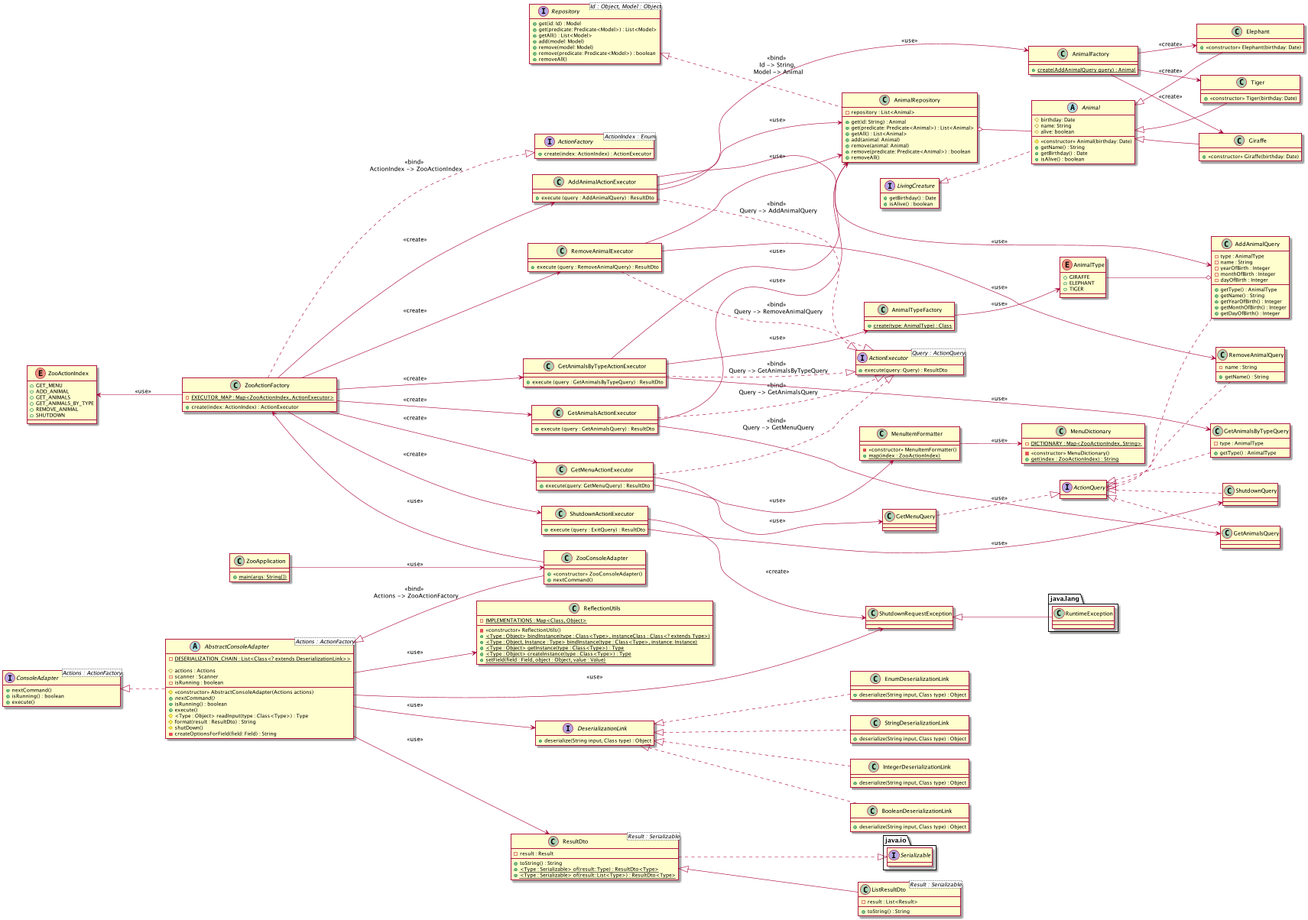
Above: documentation/class_structure.png in SudoSudoku/zoo (PlantUML), before the change.
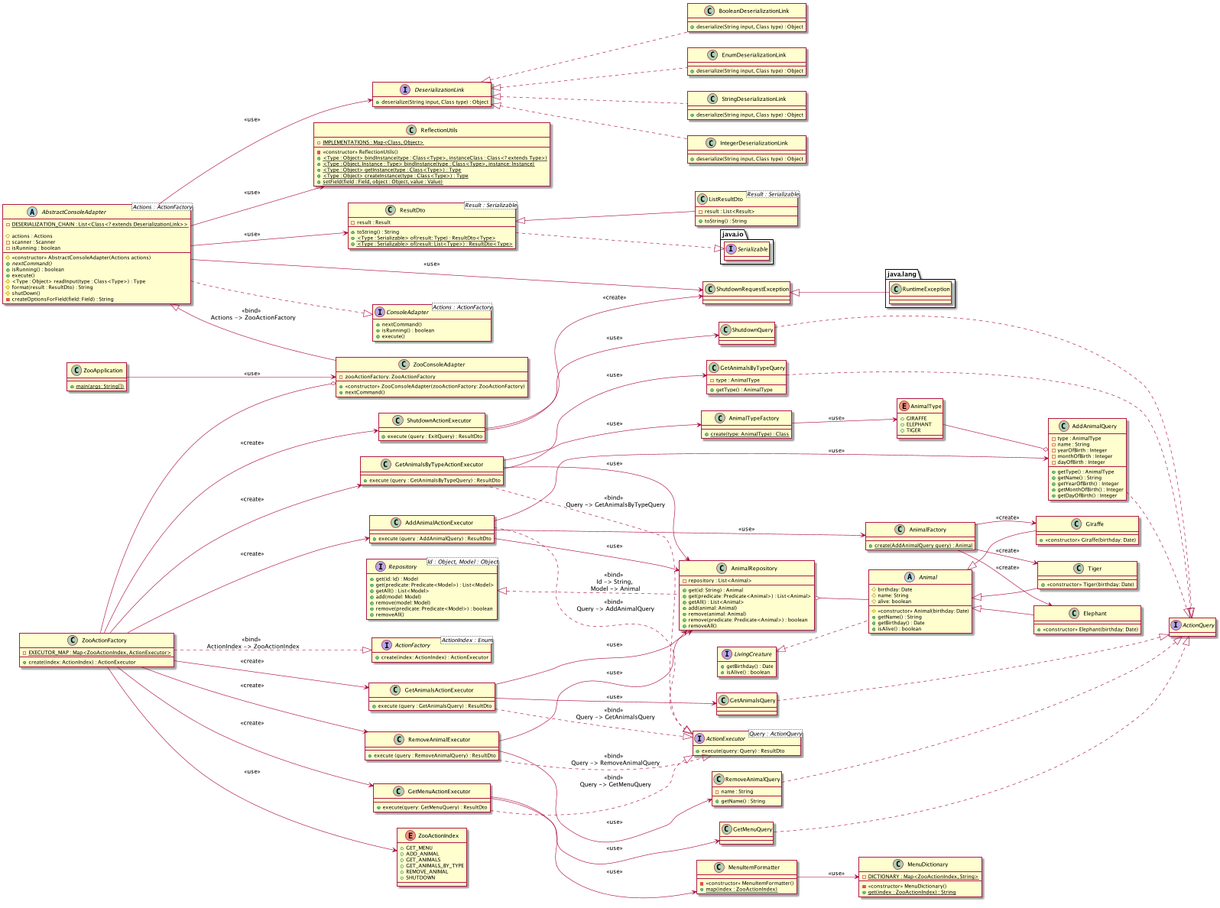
Above is the later version.

The edit, as a diff of the source:
```diff
@@ -6,7 +6,8 @@
 }
 
 class ZooConsoleAdapter {
-    + <<constructor>> ZooConsoleAdapter()
+    -zooActionFactory: ZooActionFactory
+    + <<constructor>> ZooConsoleAdapter(zooActionFactory: ZooActionFactory)
     + nextCommand()
 }
 
@@ -33,7 +34,7 @@
     -createOptionsForField(field: Field) : String
 }
 
-ConsoleAdapter <|.. AbstractConsoleAdapter
+AbstractConsoleAdapter ..|> ConsoleAdapter
 
 class  ReflectionUtils {
     -{static} IMPLEMENTATIONS : Map<Class, Object>
@@ -91,7 +92,7 @@
 }
 
 ZooActionFactory ..|> ActionFactory : <<bind>> \n ActionIndex -> ZooActionIndex
-ZooActionFactory <-- ZooConsoleAdapter : <<use>>
+ZooActionFactory --o ZooConsoleAdapter
 
 enum ZooActionIndex {
     +GET_MENU
@@ -102,7 +103,7 @@
     +SHUTDOWN
 }
 
-ZooActionIndex <-- ZooActionFactory : <<use>>
+ZooActionFactory --> ZooActionIndex : <<use>>
 
 class ResultDto<Result : Serializable> {
     -result : Result
@@ -167,7 +168,7 @@
     +getDayOfBirth() : Integer
 }
 
-ActionQuery <|..  AddAnimalQuery
+AddAnimalQuery ..|> ActionQuery
 
 enum AnimalType {
     +GIRAFFE
@@ -200,39 +201,39 @@
  AnimalFactory --> Tiger : <<create>>
 
 ZooActionFactory -->  AddAnimalActionExecutor : <<create>>
- AddAnimalActionExecutor ..|> ActionExecutor : <<bind>> \n Query -> AddAnimalQuery
- AddAnimalActionExecutor --> AnimalRepository : <<use>>
+AddAnimalActionExecutor ..|> ActionExecutor : <<bind>> \n Query -> AddAnimalQuery
+AddAnimalActionExecutor --> AnimalRepository : <<use>>
 
 class  GetAnimalsActionExecutor {
     +execute (query : GetAnimalsQuery) : ResultDto
 }
 
- GetAnimalsActionExecutor -->  GetAnimalsQuery : <<use>>
+GetAnimalsActionExecutor -->  GetAnimalsQuery : <<use>>
 
 class  GetAnimalsQuery
 
-ActionQuery <|..  GetAnimalsQuery
+GetAnimalsQuery ..|> ActionQuery
 
 ZooActionFactory -->  GetAnimalsActionExecutor : <<create>>
- GetAnimalsActionExecutor ..|> ActionExecutor : <<bind>> \n Query -> GetAnimalsQuery
- GetAnimalsActionExecutor --> AnimalRepository : <<use>>
+GetAnimalsActionExecutor ..|> ActionExecutor : <<bind>> \n Query -> GetAnimalsQuery
+GetAnimalsActionExecutor --> AnimalRepository : <<use>>
 
 class  GetAnimalsByTypeActionExecutor {
     +execute (query : GetAnimalsByTypeQuery) : ResultDto
 }
 
- GetAnimalsByTypeActionExecutor -->  GetAnimalsByTypeQuery : <<use>>
+GetAnimalsByTypeActionExecutor -->  GetAnimalsByTypeQuery : <<use>>
 
 class  GetAnimalsByTypeQuery {
     -type : AnimalType
 
     +getType() : AnimalType
 }
-ActionQuery <|..  GetAnimalsByTypeQuery
+GetAnimalsByTypeQuery ..|> ActionQuery
 
 ZooActionFactory -->  GetAnimalsByTypeActionExecutor : <<create>>
- GetAnimalsByTypeActionExecutor ..|> ActionExecutor : <<bind>> \n Query -> GetAnimalsByTypeQuery
- GetAnimalsByTypeActionExecutor --> AnimalRepository : <<use>>
+GetAnimalsByTypeActionExecutor ..|> ActionExecutor : <<bind>> \n Query -> GetAnimalsByTypeQuery
+GetAnimalsByTypeActionExecutor --> AnimalRepository : <<use>>
 
 class RemoveAnimalExecutor {
     +execute (query : RemoveAnimalQuery) : ResultDto
@@ -245,7 +246,7 @@
 
     +getName() : String
 }
-ActionQuery <|.. RemoveAnimalQuery
+RemoveAnimalQuery ..|> ActionQuery
 
 ZooActionFactory --> RemoveAnimalExecutor : <<create>>
 RemoveAnimalExecutor ..|> ActionExecutor : <<bind>> \n Query -> RemoveAnimalQuery
@@ -260,7 +261,7 @@
 
 class ShutdownQuery
 
-ActionQuery <|.. ShutdownQuery
+ShutdownQuery ..|> ActionQuery
 ZooActionFactory --> ShutdownActionExecutor : <<create>>
 
 
```
